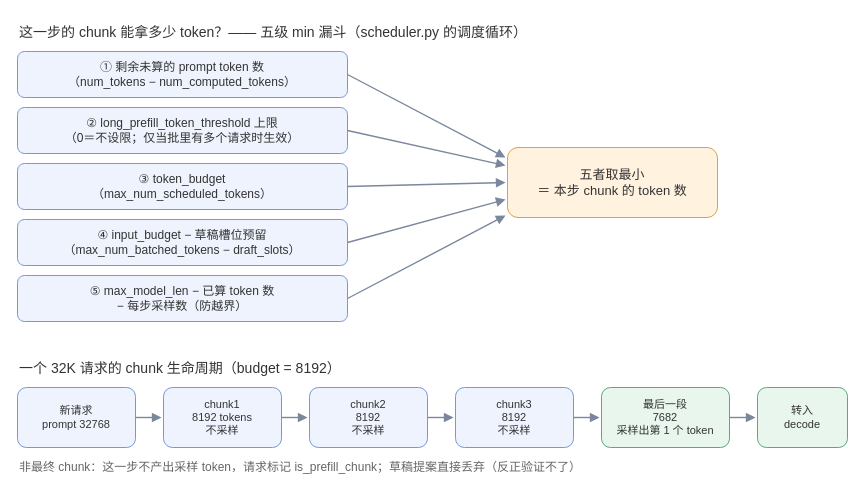
Above: files/diagrams/src/chunked-flow.drawio in MrPumpkinsss/mrpumpkinsss.github.io (draw.io), before the change. Source tidied: cells renumbered, new cells numbered last; positions are measured from the earlier drawing's top-left corner, leaving out a move shared by most shapes. Both pictures are drawn from the tidied source at 100%, with x=0, y=0 at pixel (17, 17).
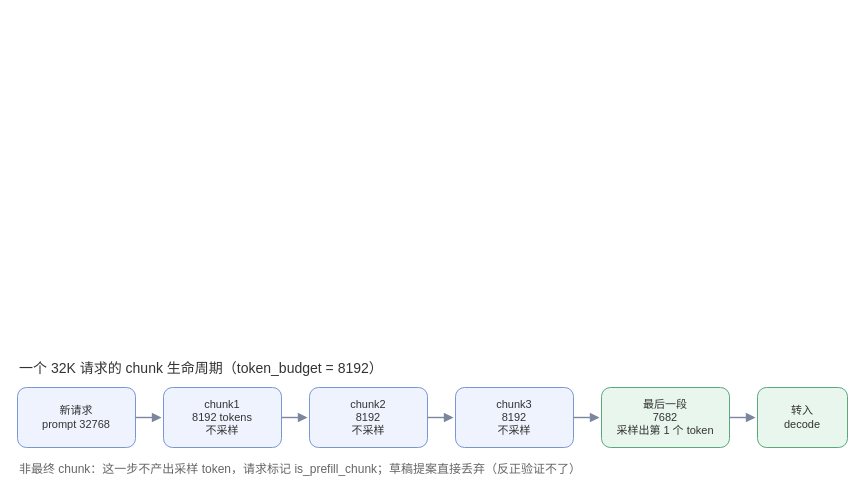
Above is the later version.

Commit message (it also covers changes not shown here):
dedicated five-level budget funnel diagram for chunked prefill; split lifecycle into its own figure

Diff of the diagram source:
```diff
@@
-    <mxCell id="2" value="这一步的 chunk 能拿多少 token？—— 五级 min 漏斗（scheduler.py 的调度循环）" style="text;html=1;fontSize=14;fontColor=#333333;" parent="1" vertex="1">
-      <mxGeometry width="700" height="24" as="geometry" />
-    </mxCell>
-    <mxCell id="3" value="① 剩余未算的 prompt token 数&lt;br&gt;（num_tokens − num_computed_tokens）" style="rounded=1;whiteSpace=wrap;html=1;fillColor=#eef3fd;strokeColor=#7a97d4;fontSize=12;fontColor=#333333;" parent="1" vertex="1">
-      <mxGeometry y="34" width="330" height="46" as="geometry" />
-    </mxCell>
-    <mxCell id="4" value="② long_prefill_token_threshold 上限&lt;br&gt;（0＝不设限；仅当批里有多个请求时生效）" style="rounded=1;whiteSpace=wrap;html=1;fillColor=#eef3fd;strokeColor=#7a97d4;fontSize=12;fontColor=#333333;" parent="1" vertex="1">
-      <mxGeometry y="90" width="330" height="46" as="geometry" />
-    </mxCell>
-    <mxCell id="5" value="③ token_budget&lt;br&gt;（max_num_scheduled_tokens）" style="rounded=1;whiteSpace=wrap;html=1;fillColor=#eef3fd;strokeColor=#7a97d4;fontSize=12;fontColor=#333333;" parent="1" vertex="1">
-      <mxGeometry y="146" width="330" height="46" as="geometry" />
-    </mxCell>
-    <mxCell id="6" value="④ input_budget − 草稿槽位预留&lt;br&gt;（max_num_batched_tokens − draft_slots）" style="rounded=1;whiteSpace=wrap;html=1;fillColor=#eef3fd;strokeColor=#7a97d4;fontSize=12;fontColor=#333333;" parent="1" vertex="1">
-      <mxGeometry y="202" width="330" height="46" as="geometry" />
-    </mxCell>
-    <mxCell id="7" value="⑤ max_model_len − 已算 token 数&lt;br&gt;− 每步采样数（防越界）" style="rounded=1;whiteSpace=wrap;html=1;fillColor=#eef3fd;strokeColor=#7a97d4;fontSize=12;fontColor=#333333;" parent="1" vertex="1">
-      <mxGeometry y="258" width="330" height="46" as="geometry" />
-    </mxCell>
-    <mxCell id="8" value="五者取最小&lt;br&gt;＝ 本步 chunk 的 token 数" style="rounded=1;whiteSpace=wrap;html=1;fillColor=#fff3e0;strokeColor=#e0a04a;fontSize=13;fontColor=#333333;" parent="1" vertex="1">
-      <mxGeometry x="490" y="130" width="210" height="70" as="geometry" />
-    </mxCell>
-    <mxCell id="9" style="html=1;endArrow=block;endFill=1;strokeColor=#7a879d;strokeWidth=1.4;rounded=0;" parent="1" edge="1">
-      <mxGeometry relative="1" as="geometry">
-        <mxPoint x="330" y="57" as="sourcePoint" />
-        <mxPoint x="488" y="140" as="targetPoint" />
-      </mxGeometry>
-    </mxCell>
-    <mxCell id="10" style="html=1;endArrow=block;endFill=1;strokeColor=#7a879d;strokeWidth=1.4;rounded=0;" parent="1" edge="1">
-      <mxGeometry relative="1" as="geometry">
-        <mxPoint x="330" y="113" as="sourcePoint" />
-        <mxPoint x="488" y="148" as="targetPoint" />
-      </mxGeometry>
-    </mxCell>
-    <mxCell id="11" style="html=1;endArrow=block;endFill=1;strokeColor=#7a879d;strokeWidth=1.4;rounded=0;" parent="1" edge="1">
-      <mxGeometry relative="1" as="geometry">
-        <mxPoint x="330" y="169" as="sourcePoint" />
-        <mxPoint x="488" y="165" as="targetPoint" />
-      </mxGeometry>
-    </mxCell>
-    <mxCell id="12" style="html=1;endArrow=block;endFill=1;strokeColor=#7a879d;strokeWidth=1.4;rounded=0;" parent="1" edge="1">
-      <mxGeometry relative="1" as="geometry">
-        <mxPoint x="330" y="225" as="sourcePoint" />
-        <mxPoint x="488" y="182" as="targetPoint" />
-      </mxGeometry>
-    </mxCell>
-    <mxCell id="13" style="html=1;endArrow=block;endFill=1;strokeColor=#7a879d;strokeWidth=1.4;rounded=0;" parent="1" edge="1">
-      <mxGeometry relative="1" as="geometry">
-        <mxPoint x="330" y="281" as="sourcePoint" />
-        <mxPoint x="488" y="198" as="targetPoint" />
-      </mxGeometry>
-    </mxCell>
-    <mxCell id="14" value="一个 32K 请求的 chunk 生命周期（budget = 8192）" style="text;html=1;fontSize=14;fontColor=#333333;" parent="1" vertex="1">
+    <mxCell id="14" value="一个 32K 请求的 chunk 生命周期（token_budget = 8192）" style="text;html=1;fontSize=14;fontColor=#333333;" parent="1" vertex="1">
       <mxGeometry y="336" width="600" height="24" as="geometry" />
     </mxCell>
@@
     <mxCell id="26" value="非最终 chunk：这一步不产出采样 token，请求标记 is_prefill_chunk；草稿提案直接丢弃（反正验证不了）" style="text;html=1;fontSize=12;fontColor=#666666;" parent="1" vertex="1">
-      <mxGeometry y="436" width="820" height="22" as="geometry" />
+      <mxGeometry y="438" width="820" height="22" as="geometry" />
     </mxCell>
```
